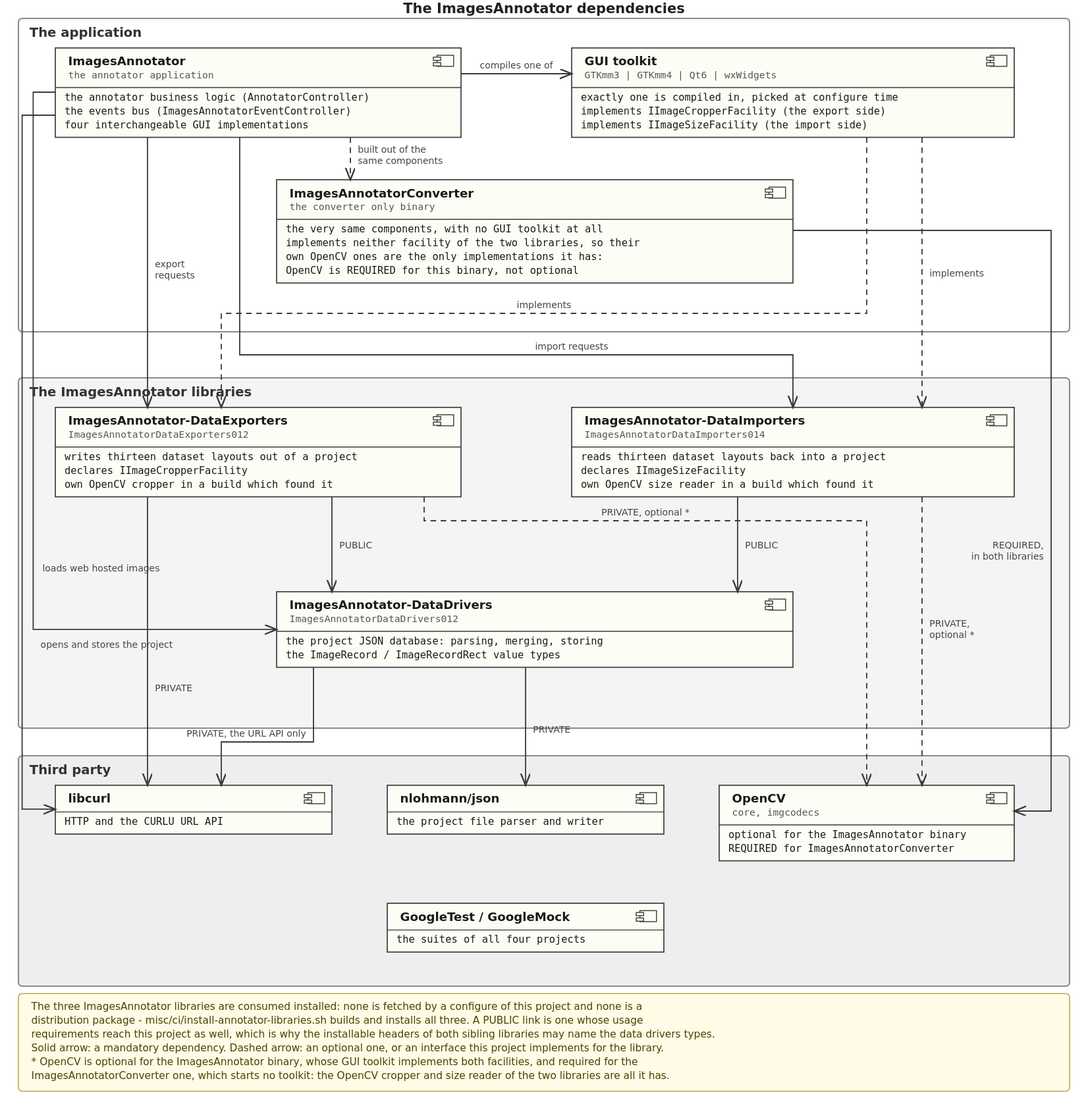
Above: doc/diagrams/images/dependencies.svg in yuriysydor1991/ImagesAnnotator (PlantUML), before the change. Its source is kept beside it as doc/diagrams/plantuml/dependencies.puml.
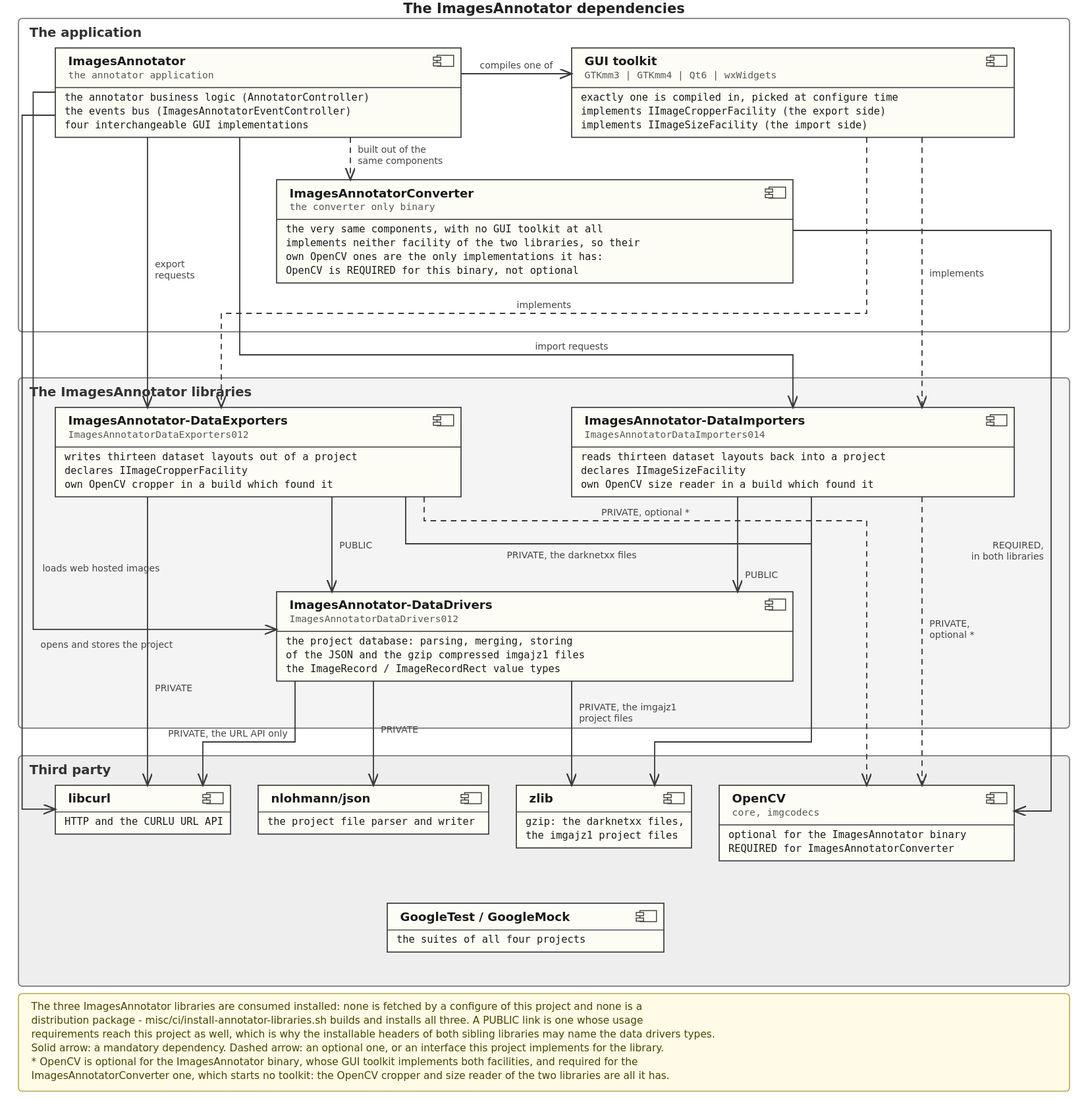
The same file after the commit.

Commit message:
Redraw the dependencies diagram with the zlib of the three libraries

Diff of the diagram source:
```diff
@@ -58,9 +58,10 @@
 
 note bottom of IADD
   The project JSON database - the parsing, the
-  merging and the storing - and the ImageRecord
-  / ImageRecordRect value types the other two
-  are written in terms of.
+  merging and the storing of the JSON and of
+  the gzip compressed imgajz1 project files -
+  and the ImageRecord / ImageRecordRect value
+  types the other two are written in terms of.
 end note
 
 APP --> GUI : compiles one of
@@ -86,6 +87,7 @@
 
 IADD --> NJSON : PRIVATE
 IADD --> CURL : PRIVATE, the CURLU URL API only
+IADD --> ZLIB : PRIVATE, the imgajz1 project files
 
 APP ..> GTEST : tests only
 IADE ..> GTEST : tests only
```
